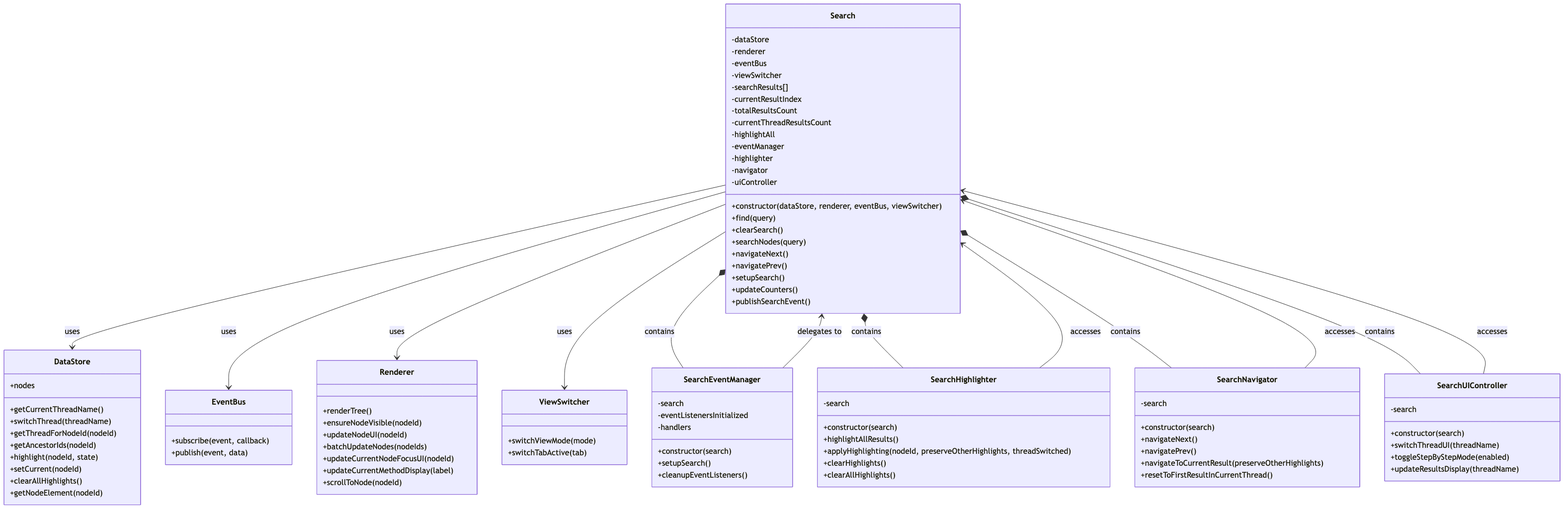
Above: UML/search.png in hoyipyik/classviz-trace-stack (Mermaid), before the change. Its source is kept beside it as UML/search.mmd.
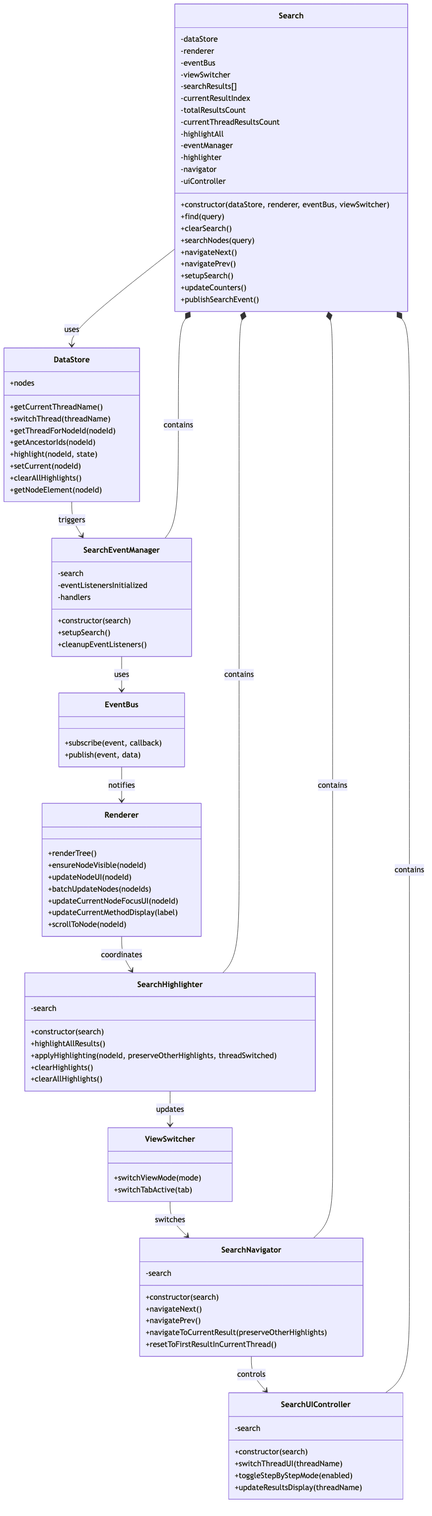
After the change.

The edit, as a diff of the source:
```diff
@@ -1,4 +1,5 @@
 classDiagram
+
     class Search {
         -dataStore
         -renderer
@@ -24,40 +25,6 @@
         +publishSearchEvent()
     }
 
-    class SearchEventManager {
-        -search
-        -eventListenersInitialized
-        -handlers
-        +constructor(search)
-        +setupSearch()
-        +cleanupEventListeners()
-    }
-
-    class SearchHighlighter {
-        -search
-        +constructor(search)
-        +highlightAllResults()
-        +applyHighlighting(nodeId, preserveOtherHighlights, threadSwitched)
-        +clearHighlights()
-        +clearAllHighlights()
-    }
-
-    class SearchNavigator {
-        -search
-        +constructor(search)
-        +navigateNext()
-        +navigatePrev()
-        +navigateToCurrentResult(preserveOtherHighlights)
-        +resetToFirstResultInCurrentThread()
-    }
-
-    class SearchUIController {
-        -search
-        +constructor(search)
-        +switchThreadUI(threadName)
-        +toggleStepByStepMode(enabled)
-        +updateResultsDisplay(threadName)
-    }
 
     class DataStore {
         +nodes
@@ -71,10 +38,21 @@
         +getNodeElement(nodeId)
     }
 
+
+    class SearchEventManager {
+        -search
+        -eventListenersInitialized
+        -handlers
+        +constructor(search)
+        +setupSearch()
+        +cleanupEventListeners()
+    }
+
     class EventBus {
         +subscribe(event, callback)
         +publish(event, data)
     }
+
 
     class Renderer {
         +renderTree()
@@ -86,22 +64,49 @@
         +scrollToNode(nodeId)
     }
 
+
+    class SearchHighlighter {
+        -search
+        +constructor(search)
+        +highlightAllResults()
+        +applyHighlighting(nodeId, preserveOtherHighlights, threadSwitched)
+        +clearHighlights()
+        +clearAllHighlights()
+    }
+
     class ViewSwitcher {
         +switchViewMode(mode)
         +switchTabActive(tab)
     }
 
+    class SearchNavigator {
+        -search
+        +constructor(search)
+        +navigateNext()
+        +navigatePrev()
+        +navigateToCurrentResult(preserveOtherHighlights)
+        +resetToFirstResultInCurrentThread()
+    }
+
+
+    class SearchUIController {
+        -search
+        +constructor(search)
+        +switchThreadUI(threadName)
+        +toggleStepByStepMode(enabled)
+        +updateResultsDisplay(threadName)
+    }
+
     Search --> DataStore : uses
-    Search --> EventBus : uses
-    Search --> Renderer : uses
-    Search --> ViewSwitcher : uses
+    DataStore --> SearchEventManager : triggers
+    SearchEventManager --> EventBus : uses
+    EventBus --> Renderer : notifies
+    Renderer --> SearchHighlighter : coordinates
+    SearchHighlighter --> ViewSwitcher : updates
+    ViewSwitcher --> SearchNavigator : switches
+    SearchNavigator --> SearchUIController : controls
 
     Search *-- SearchEventManager : contains
     Search *-- SearchHighlighter : contains
     Search *-- SearchNavigator : contains
     Search *-- SearchUIController : contains
-
-    SearchEventManager --> Search : delegates to
-    SearchHighlighter --> Search : accesses
-    SearchNavigator --> Search : accesses
-    SearchUIController --> Search : accesses
```
